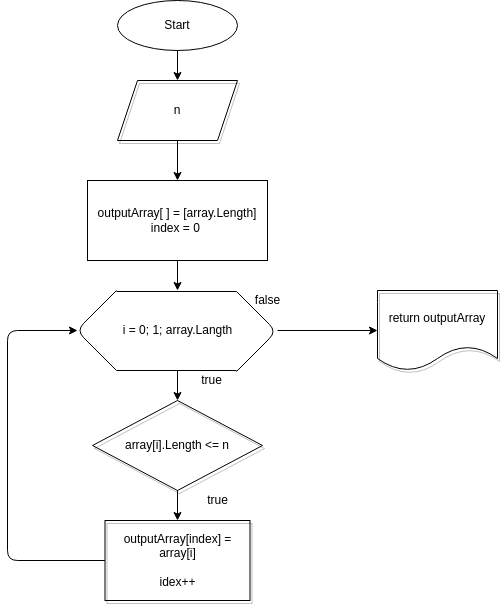
Before: diagram.drawio.png, a diagram exported from draw.io (EkaterinaZaitseva1609/C_charp_test). Source tidied: cells renumbered, new cells last; positions are measured from the earlier drawing's top-left corner, leaving out a move shared by most shapes. The source it was exported from:
```xml
<mxGraphModel>
  <root>
    <mxCell id="0" />
    <mxCell id="1" parent="0" />
    <mxCell id="2" style="edgeStyle=none;html=1;" parent="1" edge="1" source="3" target="6">
      <mxGeometry relative="1" as="geometry" />
    </mxCell>
    <mxCell id="3" value="Start" style="ellipse;whiteSpace=wrap;html=1;fillColor=none;" parent="1" vertex="1">
      <mxGeometry x="110" width="120" height="50" as="geometry" />
    </mxCell>
    <mxCell id="4" value="outputArray[ ] = [array.Length]&lt;br&gt;index = 0&amp;nbsp;" style="rounded=0;whiteSpace=wrap;html=1;fillColor=none;" parent="1" vertex="1">
      <mxGeometry x="80" y="180" width="180" height="80" as="geometry" />
    </mxCell>
    <mxCell id="5" style="edgeStyle=none;html=1;" parent="1" edge="1" source="6" target="4">
      <mxGeometry relative="1" as="geometry" />
    </mxCell>
    <mxCell id="6" value="n" style="shape=parallelogram;perimeter=parallelogramPerimeter;whiteSpace=wrap;html=1;fixedSize=1;shadow=1;fillColor=none;" parent="1" vertex="1">
      <mxGeometry x="110" y="80" width="120" height="60" as="geometry" />
    </mxCell>
    <mxCell id="7" style="endArrow=classic;html=1;exitX=0.5;exitY=1;exitDx=0;exitDy=0;" parent="1" edge="1" source="4">
      <mxGeometry relative="1" as="geometry">
        <mxPoint x="170" y="290" as="targetPoint" />
      </mxGeometry>
    </mxCell>
    <mxCell id="8" style="endArrow=none;html=1;" parent="1" edge="1">
      <mxGeometry relative="1" as="geometry">
        <mxPoint x="109" y="291" as="sourcePoint" />
        <mxPoint x="229" y="291" as="targetPoint" />
      </mxGeometry>
    </mxCell>
    <mxCell id="9" style="endArrow=none;html=1;" parent="1" edge="1">
      <mxGeometry relative="1" as="geometry">
        <mxPoint x="109" y="370" as="sourcePoint" />
        <mxPoint x="229" y="370" as="targetPoint" />
      </mxGeometry>
    </mxCell>
    <mxCell id="10" style="endArrow=none;html=1;" parent="1" edge="1">
      <mxGeometry relative="1" as="geometry">
        <mxPoint x="109" y="370" as="sourcePoint" />
        <mxPoint x="109" y="290" as="targetPoint" />
        <Array as="points">
          <mxPoint x="69" y="330" />
        </Array>
      </mxGeometry>
    </mxCell>
    <mxCell id="11" style="endArrow=none;html=1;" parent="1" edge="1">
      <mxGeometry relative="1" as="geometry">
        <mxPoint x="229" y="371" as="sourcePoint" />
        <mxPoint x="229" y="291" as="targetPoint" />
        <Array as="points">
          <mxPoint x="269" y="331" />
        </Array>
      </mxGeometry>
    </mxCell>
    <mxCell id="12" value="i = 0; 1; array.Langth" style="text;html=1;align=center;verticalAlign=middle;strokeColor=none;fillColor=none;" parent="1" vertex="1">
      <mxGeometry x="105" y="320" width="130" height="20" as="geometry" />
    </mxCell>
    <mxCell id="13" style="edgeStyle=none;html=1;" parent="1" edge="1" source="14" target="16">
      <mxGeometry relative="1" as="geometry" />
    </mxCell>
    <mxCell id="14" value="array[i].Length &amp;lt;= n" style="rhombus;whiteSpace=wrap;html=1;shadow=1;fillColor=none;" parent="1" vertex="1">
      <mxGeometry x="85" y="400" width="170" height="90" as="geometry" />
    </mxCell>
    <mxCell id="15" style="edgeStyle=none;html=1;exitX=0;exitY=0.5;exitDx=0;exitDy=0;" parent="1" edge="1" source="16">
      <mxGeometry relative="1" as="geometry">
        <mxPoint x="70" y="330" as="targetPoint" />
        <Array as="points">
          <mxPoint y="560" />
          <mxPoint y="330" />
        </Array>
      </mxGeometry>
    </mxCell>
    <mxCell id="16" value="outputArray[index] = array[i]&lt;br&gt;&lt;br&gt;idex++" style="rounded=0;whiteSpace=wrap;html=1;shadow=1;fillColor=none;" parent="1" vertex="1">
      <mxGeometry x="97.5" y="520" width="145" height="80" as="geometry" />
    </mxCell>
    <mxCell id="17" style="endArrow=classic;html=1;entryX=0.5;entryY=0;entryDx=0;entryDy=0;" parent="1" edge="1" target="14">
      <mxGeometry relative="1" as="geometry">
        <mxPoint x="170" y="370" as="sourcePoint" />
      </mxGeometry>
    </mxCell>
    <mxCell id="18" value="true" style="text;html=1;align=center;verticalAlign=middle;strokeColor=none;fillColor=none;" parent="1" vertex="1">
      <mxGeometry x="190" y="490" width="40" height="20" as="geometry" />
    </mxCell>
    <mxCell id="19" value="true" style="text;html=1;align=center;verticalAlign=middle;strokeColor=none;fillColor=none;" parent="1" vertex="1">
      <mxGeometry x="184" y="370" width="40" height="20" as="geometry" />
    </mxCell>
    <mxCell id="20" value="false" style="text;html=1;align=center;verticalAlign=middle;strokeColor=none;fillColor=none;" parent="1" vertex="1">
      <mxGeometry x="240" y="290" width="40" height="20" as="geometry" />
    </mxCell>
    <mxCell id="21" value="return outputArray" style="shape=document;whiteSpace=wrap;html=1;boundedLbl=1;shadow=1;fillColor=none;" parent="1" vertex="1">
      <mxGeometry x="370" y="290" width="120" height="80" as="geometry" />
    </mxCell>
    <mxCell id="22" style="endArrow=classic;html=1;entryX=0;entryY=0.5;entryDx=0;entryDy=0;" parent="1" edge="1" target="21">
      <mxGeometry relative="1" as="geometry">
        <mxPoint x="270" y="330" as="sourcePoint" />
      </mxGeometry>
    </mxCell>
  </root>
</mxGraphModel>
```
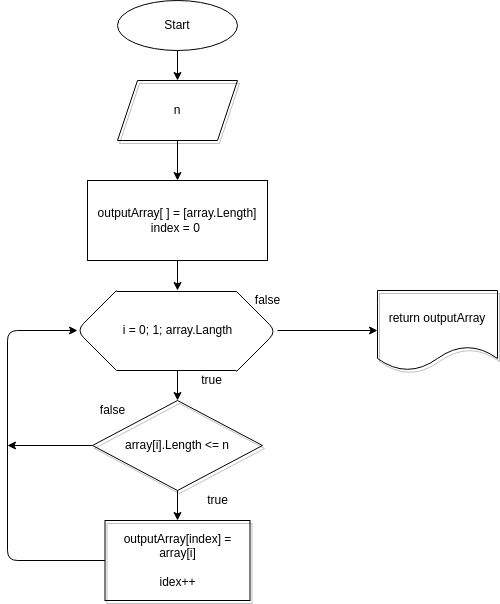
Later version of the same file.

What changed in the source:
```diff
@@ -95,5 +95,13 @@
         <mxPoint x="270" y="330" as="sourcePoint" />
       </mxGeometry>
     </mxCell>
+    <mxCell id="23" style="endArrow=classic;html=1;exitX=0;exitY=0.5;exitDx=0;exitDy=0;" parent="1" edge="1" source="14">
+      <mxGeometry relative="1" as="geometry">
+        <mxPoint y="445" as="targetPoint" />
+      </mxGeometry>
+    </mxCell>
+    <mxCell id="24" value="false" style="text;html=1;align=center;verticalAlign=middle;strokeColor=none;fillColor=none;" parent="1" vertex="1">
+      <mxGeometry x="85" y="400" width="40" height="20" as="geometry" />
+    </mxCell>
   </root>
 </mxGraphModel>
```
